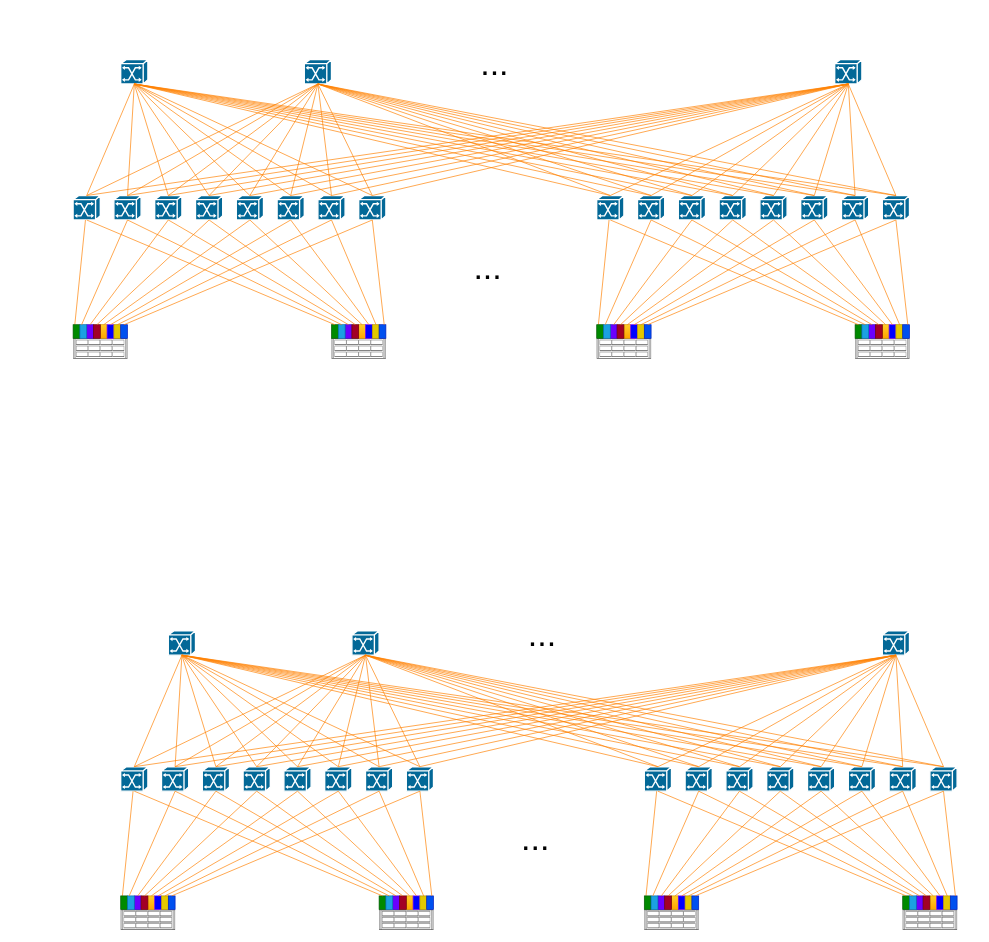
This is 三层IB网络架构.drawio from hel-2000/network-draw, a draw.io file, before an edit. Source tidied: cells renumbered, new cells numbered last; positions are measured from the earlier drawing's top-left corner, leaving out a move shared by most shapes. Both pictures are drawn from the tidied source at 68%, with x=0, y=0 at pixel (73, 52).
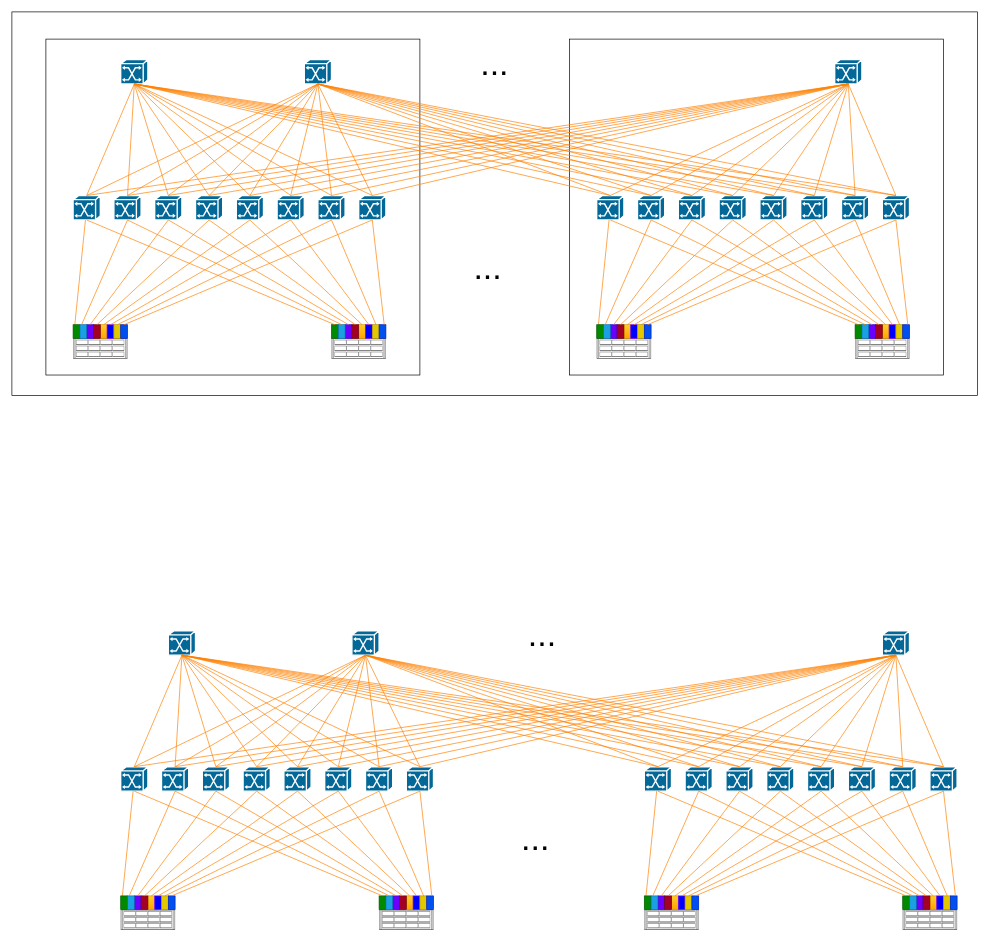
Above is the later version.

Commit message (it also covers changes not shown here):
更新三层IB网络架构.drawio

The edit, as a diff of the source:
```diff
@@
+    <mxCell id="276" style="whiteSpace=wrap;html=1;" parent="1" vertex="1">
+      <mxGeometry x="-90" y="-60" width="1420" height="564" as="geometry" />
+    </mxCell>
+    <mxCell id="277" style="whiteSpace=wrap;html=1;" parent="1" vertex="1">
+      <mxGeometry x="730" y="-20" width="550" height="494" as="geometry" />
+    </mxCell>
+    <mxCell id="278" style="whiteSpace=wrap;html=1;" parent="1" vertex="1">
+      <mxGeometry x="-40" y="-20" width="550" height="494" as="geometry" />
+    </mxCell>
```
